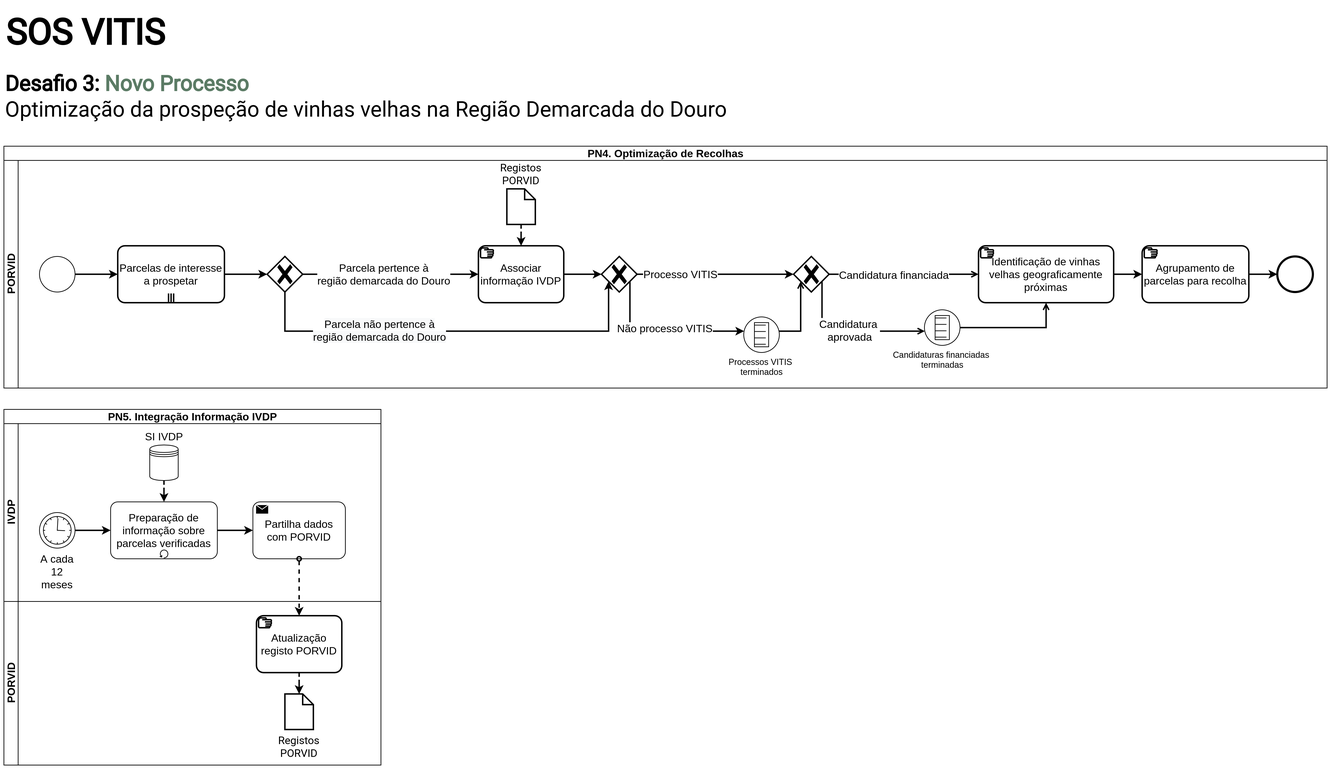
hdiogosilva/sos-vitis keeps this draw.io diagram as docs/diagramas/desafio3/export/desafio3-novo.png. Above is the earlier version. Source tidied: cells renumbered, new cells last; positions are measured from the earlier drawing's top-left corner, leaving out a move shared by most shapes.
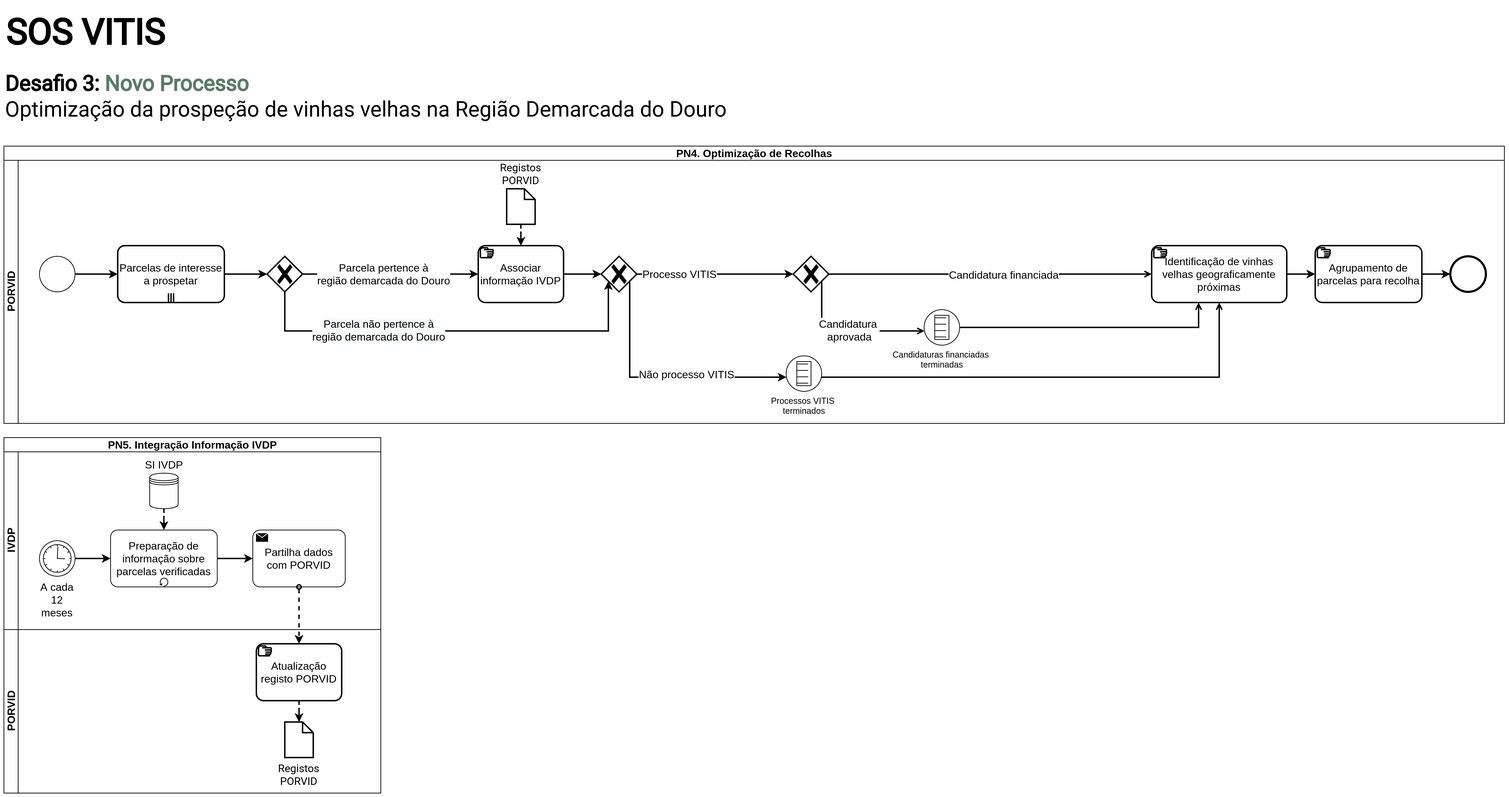
After the commit.

Commit message:
Update BPMN Desafio 3

What changed in the source:
```diff
@@ -9,10 +9,10 @@
       <mxGeometry width="230" height="80" as="geometry" />
     </mxCell>
     <mxCell id="4" value="&lt;span style=&quot;font-size: 15px ; background-color: rgb(255 , 255 , 255)&quot;&gt;PN4. Optimização de Recolhas&lt;/span&gt;" style="swimlane;html=1;horizontal=1;startSize=20;" parent="1" vertex="1">
-      <mxGeometry y="200" width="1860" height="340" as="geometry" />
+      <mxGeometry y="200" width="2110" height="390" as="geometry" />
     </mxCell>
     <mxCell id="5" value="&lt;span style=&quot;font-size: 15px&quot;&gt;PORVID&lt;/span&gt;" style="swimlane;html=1;startSize=20;horizontal=0;" parent="4" vertex="1">
-      <mxGeometry y="20" width="1860" height="320" as="geometry" />
+      <mxGeometry y="20" width="2110" height="370" as="geometry" />
     </mxCell>
     <mxCell id="6" style="points=[[0.25,0.25,0],[0.5,0,0],[0.75,0.25,0],[1,0.5,0],[0.75,0.75,0],[0.5,1,0],[0.25,0.75,0],[0,0.5,0]];shape=mxgraph.bpmn.gateway2;html=1;verticalLabelPosition=bottom;labelBackgroundColor=#ffffff;verticalAlign=top;align=center;perimeter=rhombusPerimeter;outlineConnect=0;outline=none;symbol=none;gwType=exclusive;fontSize=15;strokeWidth=2;" parent="5" vertex="1">
       <mxGeometry x="840" y="135" width="50" height="50" as="geometry" />
@@ -23,20 +23,20 @@
     <mxCell id="8" style="edgeStyle=orthogonalEdgeStyle;rounded=0;jettySize=auto;html=1;fontSize=15;startArrow=none;startFill=0;endArrow=classic;endFill=1;strokeWidth=2;" parent="5" edge="1" source="6" target="17">
       <mxGeometry relative="1" as="geometry">
         <Array as="points">
-          <mxPoint x="880" y="240" />
+          <mxPoint x="880" y="305" />
         </Array>
       </mxGeometry>
     </mxCell>
     <mxCell id="9" value="Não processo VITIS" style="edgeLabel;html=1;align=center;verticalAlign=middle;fontSize=15;" parent="8" vertex="1">
       <mxGeometry x="-0.1" y="-1" relative="1" as="geometry">
-        <mxPoint x="14" y="-6" as="offset" />
+        <mxPoint x="54" y="-6" as="offset" />
       </mxGeometry>
     </mxCell>
     <mxCell id="10" style="edgeStyle=orthogonalEdgeStyle;rounded=0;jettySize=auto;html=1;startArrow=none;startFill=0;endArrow=classic;endFill=1;strokeWidth=2;" parent="5" edge="1" source="35" target="11">
       <mxGeometry relative="1" as="geometry" />
     </mxCell>
     <mxCell id="11" style="points=[[0.145,0.145,0],[0.5,0,0],[0.855,0.145,0],[1,0.5,0],[0.855,0.855,0],[0.5,1,0],[0.145,0.855,0],[0,0.5,0]];shape=mxgraph.bpmn.event;html=1;verticalLabelPosition=bottom;labelBackgroundColor=#ffffff;verticalAlign=top;align=center;perimeter=ellipsePerimeter;outlineConnect=0;outline=end;symbol=terminate2;rounded=0;shadow=0;glass=0;sketch=0;fontSize=15;" parent="5" vertex="1">
-      <mxGeometry x="1790" y="135" width="50" height="50" as="geometry" />
+      <mxGeometry x="2034" y="135" width="50" height="50" as="geometry" />
     </mxCell>
     <mxCell id="12" style="edgeStyle=orthogonalEdgeStyle;rounded=0;jumpStyle=arc;jettySize=auto;html=1;labelBackgroundColor=default;fontSize=15;startArrow=none;startFill=0;endArrow=classic;endFill=1;strokeWidth=2;" parent="5" edge="1" source="13" target="15">
       <mxGeometry relative="1" as="geometry" />
@@ -50,15 +50,15 @@
     <mxCell id="15" value="Parcelas de interesse a prospetar" style="points=[[0.25,0,0],[0.5,0,0],[0.75,0,0],[1,0.25,0],[1,0.5,0],[1,0.75,0],[0.75,1,0],[0.5,1,0],[0.25,1,0],[0,0.75,0],[0,0.5,0],[0,0.25,0]];shape=mxgraph.bpmn.task;whiteSpace=wrap;rectStyle=rounded;size=10;taskMarker=abstract;isLoopMultiParallel=1;fontSize=15;strokeWidth=2;" parent="5" vertex="1">
       <mxGeometry x="160" y="120" width="150" height="80" as="geometry" />
     </mxCell>
-    <mxCell id="16" style="edgeStyle=orthogonalEdgeStyle;rounded=0;jumpStyle=arc;jettySize=auto;html=1;labelBackgroundColor=default;fontSize=15;startArrow=none;startFill=0;endArrow=open;endFill=0;strokeWidth=2;" parent="5" edge="1" source="17" target="27">
+    <mxCell id="16" style="edgeStyle=orthogonalEdgeStyle;rounded=0;jumpStyle=arc;jettySize=auto;html=1;labelBackgroundColor=default;fontSize=15;startArrow=none;startFill=0;endArrow=open;endFill=0;strokeWidth=2;" parent="5" edge="1" source="17" target="34">
       <mxGeometry relative="1" as="geometry">
         <Array as="points">
-          <mxPoint x="1120" y="240" />
+          <mxPoint x="1709" y="305" />
         </Array>
       </mxGeometry>
     </mxCell>
     <mxCell id="17" value="Processos VITIS &lt;br&gt;terminados" style="points=[[0.145,0.145,0],[0.5,0,0],[0.855,0.145,0],[1,0.5,0],[0.855,0.855,0],[0.5,1,0],[0.145,0.855,0],[0,0.5,0]];shape=mxgraph.bpmn.event;html=1;verticalLabelPosition=bottom;labelBackgroundColor=#ffffff;verticalAlign=top;align=center;perimeter=ellipsePerimeter;outlineConnect=0;outline=standard;symbol=conditional;fillColor=none;" parent="5" vertex="1">
-      <mxGeometry x="1040" y="220" width="50" height="50" as="geometry" />
+      <mxGeometry x="1100" y="275" width="50" height="50" as="geometry" />
     </mxCell>
     <mxCell id="18" value="Parcela pertence à&lt;br&gt;região demarcada do Douro" style="edgeStyle=orthogonalEdgeStyle;rounded=0;jumpStyle=arc;jettySize=auto;html=1;labelBackgroundColor=default;fontSize=15;startArrow=none;startFill=0;endArrow=classic;endFill=1;strokeWidth=2;" parent="5" edge="1" source="21" target="32">
       <mxGeometry x="-0.07" relative="1" as="geometry">
@@ -106,7 +106,11 @@
       <mxGeometry x="1110" y="135" width="50" height="50" as="geometry" />
     </mxCell>
     <mxCell id="28" style="edgeStyle=orthogonalEdgeStyle;rounded=0;jumpStyle=arc;jettySize=auto;html=1;labelBackgroundColor=default;fontSize=15;startArrow=none;startFill=0;endArrow=open;endFill=0;strokeWidth=2;" parent="5" edge="1" source="29" target="34">
-      <mxGeometry relative="1" as="geometry" />
+      <mxGeometry relative="1" as="geometry">
+        <Array as="points">
+          <mxPoint x="1680" y="235" />
+        </Array>
+      </mxGeometry>
     </mxCell>
     <mxCell id="29" value="Candidaturas financiadas &lt;br&gt;terminadas" style="points=[[0.145,0.145,0],[0.5,0,0],[0.855,0.145,0],[1,0.5,0],[0.855,0.855,0],[0.5,1,0],[0.145,0.855,0],[0,0.5,0]];shape=mxgraph.bpmn.event;html=1;verticalLabelPosition=bottom;labelBackgroundColor=#ffffff;verticalAlign=top;align=center;perimeter=ellipsePerimeter;outlineConnect=0;outline=standard;symbol=conditional;fillColor=none;" parent="5" vertex="1">
       <mxGeometry x="1294" y="210" width="50" height="50" as="geometry" />
@@ -124,13 +128,13 @@
       <mxGeometry relative="1" as="geometry" />
     </mxCell>
     <mxCell id="34" value="&lt;span style=&quot;font-family: &amp;#34;helvetica&amp;#34;&quot;&gt;Identificação de vinhas velhas&amp;nbsp;geograficamente próximas&lt;/span&gt;" style="points=[[0.25,0,0],[0.5,0,0],[0.75,0,0],[1,0.25,0],[1,0.5,0],[1,0.75,0],[0.75,1,0],[0.5,1,0],[0.25,1,0],[0,0.75,0],[0,0.5,0],[0,0.25,0]];shape=mxgraph.bpmn.task;whiteSpace=wrap;rectStyle=rounded;size=10;taskMarker=manual;fontFamily=Roboto;fontSource=https%3A%2F%2Ffonts.googleapis.com%2Fcss%3Ffamily%3DRoboto;fontSize=15;fontColor=#000000;strokeColor=default;strokeWidth=2;fillColor=default;gradientColor=none;html=1;" parent="5" vertex="1">
-      <mxGeometry x="1370" y="120" width="190" height="80" as="geometry" />
+      <mxGeometry x="1614" y="120" width="190" height="80" as="geometry" />
     </mxCell>
     <mxCell id="35" value="&lt;span style=&quot;font-family: &amp;#34;helvetica&amp;#34;&quot;&gt;Agrupamento de parcelas para recolha&lt;/span&gt;" style="points=[[0.25,0,0],[0.5,0,0],[0.75,0,0],[1,0.25,0],[1,0.5,0],[1,0.75,0],[0.75,1,0],[0.5,1,0],[0.25,1,0],[0,0.75,0],[0,0.5,0],[0,0.25,0]];shape=mxgraph.bpmn.task;whiteSpace=wrap;rectStyle=rounded;size=10;taskMarker=manual;fontFamily=Roboto;fontSource=https%3A%2F%2Ffonts.googleapis.com%2Fcss%3Ffamily%3DRoboto;fontSize=15;fontColor=#000000;strokeColor=default;strokeWidth=2;fillColor=default;gradientColor=none;html=1;" parent="5" vertex="1">
-      <mxGeometry x="1600" y="120" width="150" height="80" as="geometry" />
+      <mxGeometry x="1844" y="120" width="150" height="80" as="geometry" />
     </mxCell>
     <mxCell id="36" value="&lt;span style=&quot;background-color: rgb(255 , 255 , 255)&quot;&gt;PN5. Integração Informação IVDP&lt;/span&gt;" style="swimlane;html=1;horizontal=1;startSize=20;fontSize=15;" parent="1" vertex="1">
-      <mxGeometry y="570" width="530" height="500" as="geometry" />
+      <mxGeometry y="610" width="530" height="500" as="geometry" />
     </mxCell>
     <mxCell id="37" value="IVDP" style="swimlane;html=1;startSize=20;horizontal=0;fontSize=15;" parent="36" vertex="1">
       <mxGeometry y="20" width="530" height="250" as="geometry" />
```
